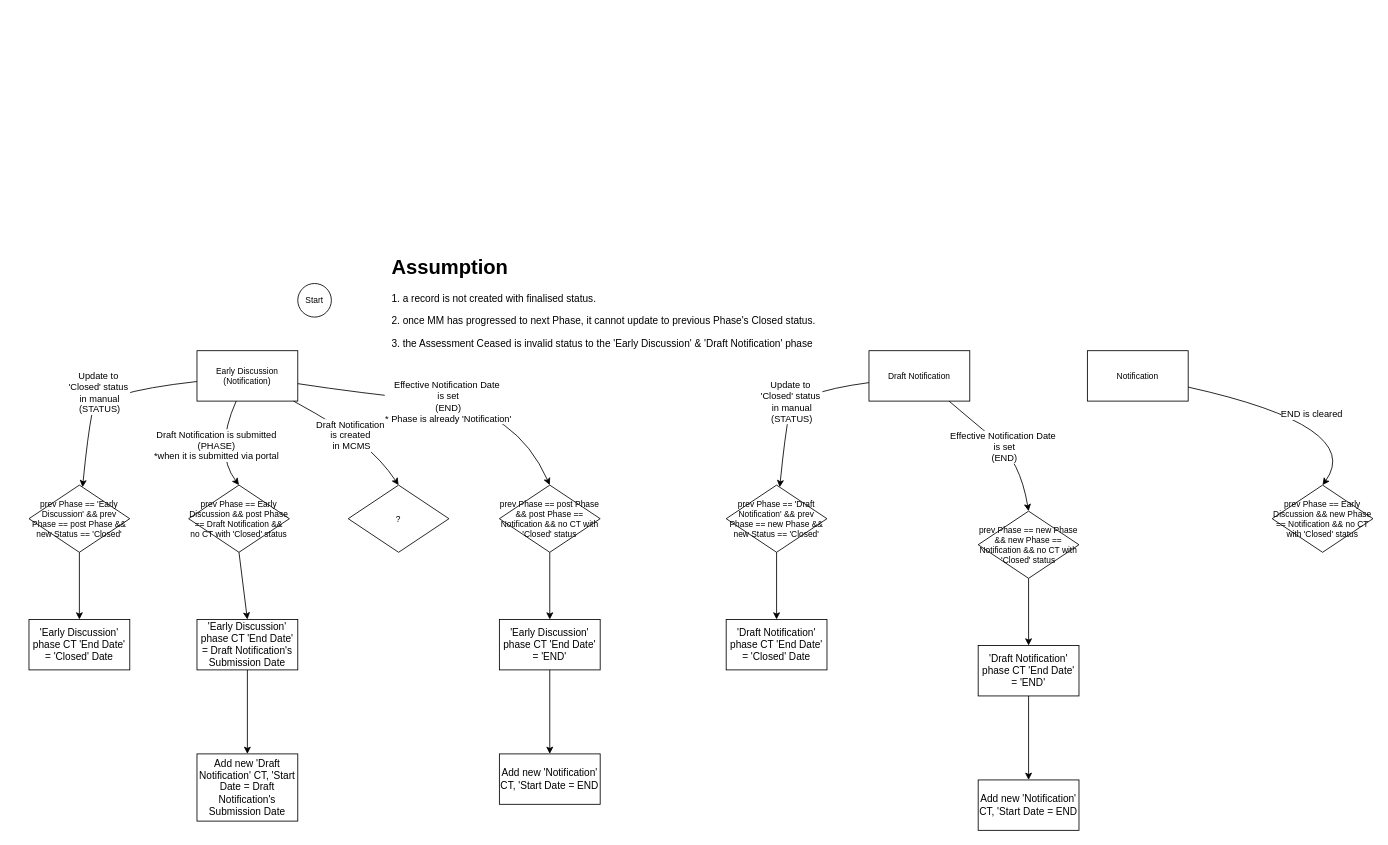
The draw.io diagram page "Phase" (2 of 2) of logging/Merger Matter Phase and Status.drawio in danieldotskc/helloworld, before the edit. Source tidied: cells renumbered, new cells numbered last; positions are measured from the earlier drawing's top-left corner, leaving out a move shared by most shapes. Both pictures are drawn from the tidied source at 84%, with x=0, y=0 at pixel (29, 249).
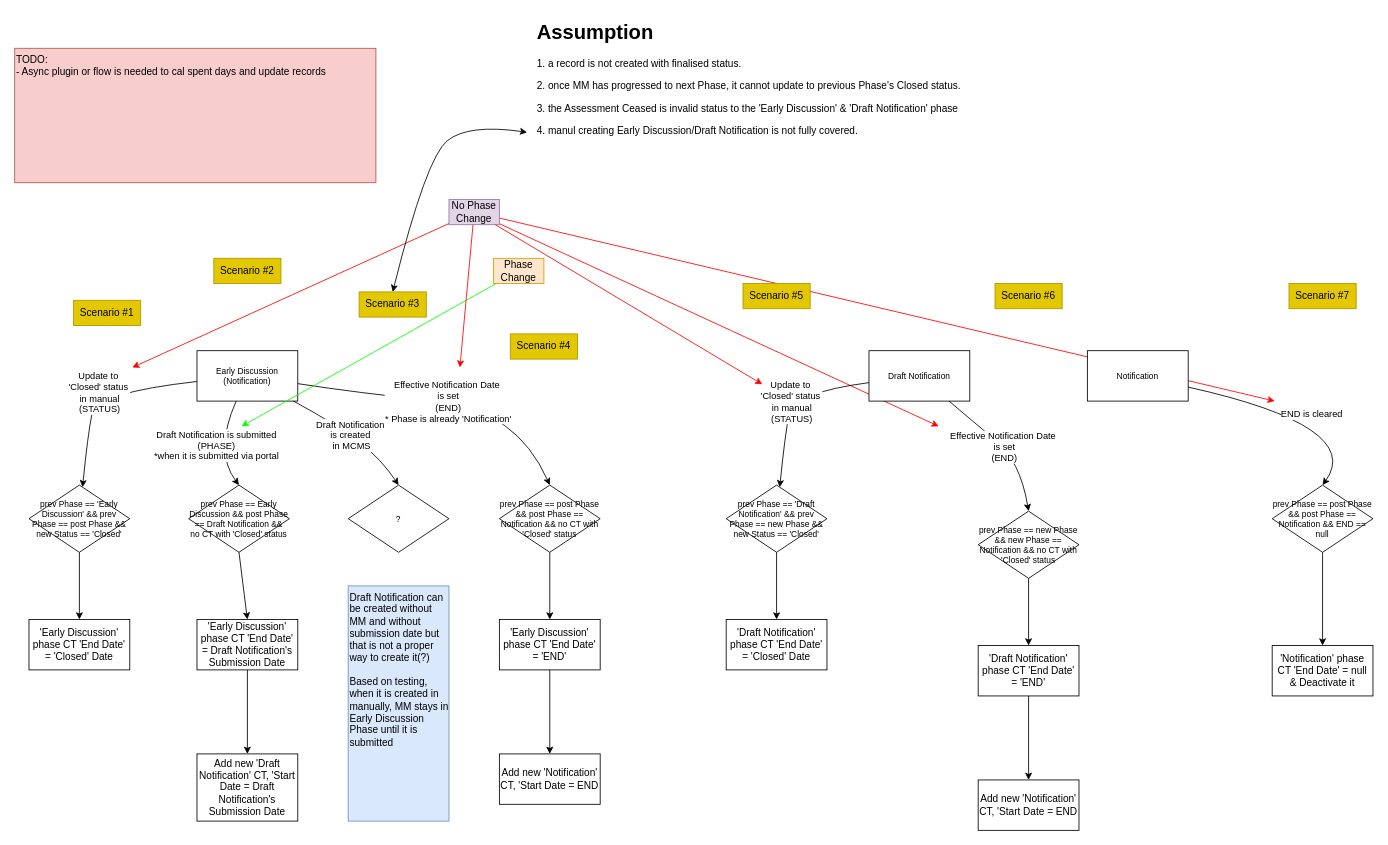
The same diagram, later.

Diff of the diagram source:
```diff
@@
-    <mxCell id="2" value="Start" style="ellipse;whiteSpace=wrap;html=1;fontSize=10;" parent="1" vertex="1">
-      <mxGeometry x="320" y="40" width="40" height="40" as="geometry" />
-    </mxCell>
+    <mxCell id="37" style="endArrow=classic;html=1;rounded=0;strokeColor=light-dark(#ff0000, #ededed);" parent="1" edge="1" source="41">
+      <mxGeometry relative="1" as="geometry">
+        <mxPoint x="1483" y="180" as="targetPoint" />
+      </mxGeometry>
+    </mxCell>
+    <mxCell id="38" style="endArrow=classic;html=1;rounded=0;strokeColor=light-dark(#ff0000, #ededed);" parent="1" edge="1" source="41">
+      <mxGeometry relative="1" as="geometry">
+        <mxPoint x="1083" y="210" as="targetPoint" />
+      </mxGeometry>
+    </mxCell>
@@
-    <mxCell id="5" value="&lt;h1 style=&quot;margin-top: 0px;&quot;&gt;Assumption&lt;/h1&gt;&lt;p&gt;1. a record is not created with finalised status.&lt;/p&gt;&lt;p&gt;2. once MM has progressed to next Phase, it cannot update to previous Phase's Closed status.&lt;/p&gt;&lt;p&gt;3. the Assessment Ceased is invalid status to the 'Early Discussion' &amp;amp; 'Draft Notification' phase&lt;/p&gt;" style="text;html=1;whiteSpace=wrap;overflow=hidden;rounded=0;" parent="1" vertex="1">
-      <mxGeometry x="430" width="940" height="120" as="geometry" />
+    <mxCell id="5" value="&lt;h1 style=&quot;margin-top: 0px;&quot;&gt;Assumption&lt;/h1&gt;&lt;p&gt;1. a record is not created with finalised status.&lt;/p&gt;&lt;p&gt;2. once MM has progressed to next Phase, it cannot update to previous Phase's Closed status.&lt;/p&gt;&lt;p&gt;3. the Assessment Ceased is invalid status to the 'Early Discussion' &amp;amp; 'Draft Notification' phase&lt;/p&gt;&lt;p&gt;4. manul creating Early Discussion/Draft Notification is not fully covered.&lt;/p&gt;" style="text;html=1;whiteSpace=wrap;overflow=hidden;rounded=0;" parent="1" vertex="1">
+      <mxGeometry x="603" y="-280" width="940" height="170" as="geometry" />
     </mxCell>
@@
-    <mxCell id="16" value="prev Phase == Early Discussion &amp;amp;&amp;amp; new Phase == Notification &amp;amp;&amp;amp; no CT with 'Closed' status" style="rhombus;whiteSpace=wrap;html=1;fontSize=10;" parent="1" vertex="1">
+    <mxCell id="16" value="prev Phase == post Phase &amp;amp;&amp;amp; post Phase == Notification &amp;amp;&amp;amp; END == null" style="rhombus;whiteSpace=wrap;html=1;fontSize=10;" parent="1" vertex="1">
       <mxGeometry x="1480" y="280" width="120" height="80" as="geometry" />
     </mxCell>
@@
+    <mxCell id="39" value="Draft Notification can be created without MM and without submission date but that is not a proper way to create it(?)&lt;div&gt;&lt;br&gt;&lt;/div&gt;&lt;div&gt;Based on testing, when it is created in manually, MM stays in Early Discussion Phase until it is submitted&lt;/div&gt;" style="text;html=1;whiteSpace=wrap;strokeColor=#6c8ebf;fillColor=#dae8fc;align=left;verticalAlign=top;rounded=0;" parent="1" vertex="1">
+      <mxGeometry x="380" y="400" width="120" height="280" as="geometry" />
+    </mxCell>
+    <mxCell id="40" value="TODO:&lt;div&gt;- Async plugin or flow is needed to cal spent days and update records&lt;/div&gt;" style="text;html=1;whiteSpace=wrap;strokeColor=#b85450;fillColor=#f8cecc;align=left;verticalAlign=top;rounded=0;" parent="1" vertex="1">
+      <mxGeometry x="-17" y="-240" width="430" height="160" as="geometry" />
+    </mxCell>
+    <mxCell id="41" value="No Phase Change" style="text;html=1;whiteSpace=wrap;strokeColor=#9673a6;fillColor=#e1d5e7;align=center;verticalAlign=middle;rounded=0;" parent="1" vertex="1">
+      <mxGeometry x="500" y="-60" width="60" height="30" as="geometry" />
+    </mxCell>
+    <mxCell id="42" style="endArrow=classic;html=1;rounded=0;strokeColor=light-dark(#ff0000, #ededed);" parent="1" edge="1" source="41">
+      <mxGeometry relative="1" as="geometry">
+        <mxPoint x="123" y="140" as="targetPoint" />
+      </mxGeometry>
+    </mxCell>
+    <mxCell id="43" value="Phase Change" style="text;html=1;whiteSpace=wrap;strokeColor=#d79b00;fillColor=#ffe6cc;align=center;verticalAlign=middle;rounded=0;" parent="1" vertex="1">
+      <mxGeometry x="553" y="10" width="60" height="30" as="geometry" />
+    </mxCell>
+    <mxCell id="44" style="endArrow=classic;html=1;rounded=0;strokeColor=light-dark(#00ff00, #ededed);" parent="1" edge="1" source="43">
+      <mxGeometry relative="1" as="geometry">
+        <mxPoint x="253" y="210" as="targetPoint" />
+      </mxGeometry>
+    </mxCell>
+    <mxCell id="45" style="endArrow=classic;html=1;rounded=0;strokeColor=light-dark(#ff0000, #ededed);" parent="1" edge="1" source="41">
+      <mxGeometry relative="1" as="geometry">
+        <mxPoint x="873" y="160" as="targetPoint" />
+      </mxGeometry>
+    </mxCell>
+    <mxCell id="46" style="endArrow=classic;html=1;rounded=0;strokeColor=light-dark(#ff0000, #ededed);" parent="1" edge="1" source="41">
+      <mxGeometry relative="1" as="geometry">
+        <mxPoint x="513" y="140" as="targetPoint" />
+      </mxGeometry>
+    </mxCell>
+    <mxCell id="47" value="Scenario #1" style="text;html=1;whiteSpace=wrap;strokeColor=#B09500;fillColor=#e3c800;align=center;verticalAlign=middle;rounded=0;fontColor=#000000;" parent="1" vertex="1">
+      <mxGeometry x="53" y="60" width="80" height="30" as="geometry" />
+    </mxCell>
+    <mxCell id="48" value="Scenario #2" style="text;html=1;whiteSpace=wrap;strokeColor=#B09500;fillColor=#e3c800;align=center;verticalAlign=middle;rounded=0;fontColor=#000000;" parent="1" vertex="1">
+      <mxGeometry x="220" y="10" width="80" height="30" as="geometry" />
+    </mxCell>
+    <mxCell id="49" value="Scenario #3" style="text;html=1;whiteSpace=wrap;strokeColor=#B09500;fillColor=#e3c800;align=center;verticalAlign=middle;rounded=0;fontColor=#000000;" parent="1" vertex="1">
+      <mxGeometry x="393" y="50" width="80" height="30" as="geometry" />
+    </mxCell>
+    <mxCell id="50" value="Scenario #4" style="text;html=1;whiteSpace=wrap;strokeColor=#B09500;fillColor=#e3c800;align=center;verticalAlign=middle;rounded=0;fontColor=#000000;" parent="1" vertex="1">
+      <mxGeometry x="573" y="100" width="80" height="30" as="geometry" />
+    </mxCell>
+    <mxCell id="51" value="Scenario #5" style="text;html=1;whiteSpace=wrap;strokeColor=#B09500;fillColor=#e3c800;align=center;verticalAlign=middle;rounded=0;fontColor=#000000;" parent="1" vertex="1">
+      <mxGeometry x="850" y="40" width="80" height="30" as="geometry" />
+    </mxCell>
+    <mxCell id="52" value="Scenario #6" style="text;html=1;whiteSpace=wrap;strokeColor=#B09500;fillColor=#e3c800;align=center;verticalAlign=middle;rounded=0;fontColor=#000000;" parent="1" vertex="1">
+      <mxGeometry x="1150" y="40" width="80" height="30" as="geometry" />
+    </mxCell>
+    <mxCell id="53" value="Scenario #7" style="text;html=1;whiteSpace=wrap;strokeColor=#B09500;fillColor=#e3c800;align=center;verticalAlign=middle;rounded=0;fontColor=#000000;" parent="1" vertex="1">
+      <mxGeometry x="1500" y="40" width="80" height="30" as="geometry" />
+    </mxCell>
+    <mxCell id="54" value="'Notification' phase CT 'End Date' = null&lt;div&gt;&amp;amp; Deactivate it&lt;/div&gt;" style="rounded=0;whiteSpace=wrap;html=1;" parent="1" vertex="1">
+      <mxGeometry x="1480" y="471" width="120" height="60" as="geometry" />
+    </mxCell>
+    <mxCell id="55" style="endArrow=classic;html=1;rounded=0;exitX=0.5;exitY=1;exitDx=0;exitDy=0;entryX=0.5;entryY=0;entryDx=0;entryDy=0;" parent="1" edge="1" source="16" target="54">
+      <mxGeometry relative="1" as="geometry" />
+    </mxCell>
+    <mxCell id="56" style="curved=1;endArrow=classic;html=1;rounded=0;exitX=0.5;exitY=0;exitDx=0;exitDy=0;startArrow=classic;startFill=1;" parent="1" edge="1" source="49">
+      <mxGeometry relative="1" as="geometry">
+        <mxPoint x="593" y="-140" as="targetPoint" />
+        <Array as="points">
+          <mxPoint x="473" y="-110" />
+          <mxPoint x="523" y="-150" />
+        </Array>
+      </mxGeometry>
+    </mxCell>
```
